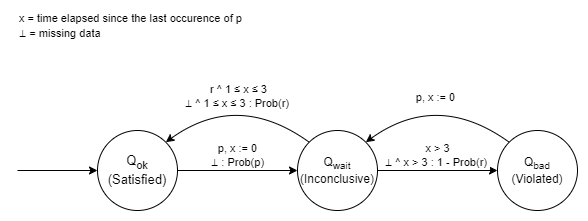
This is shared/src/automatons/properties/timed/probabilistic/ResponseOfRAfterPWithinThreeSecondsProbabilisticProperty.drawio.png from PaulVogel96/Probabilistic-Monitoring, a draw.io export, as it was before one commit. Source tidied: cells renumbered, new cells last; positions are measured from the earlier drawing's top-left corner, leaving out a move shared by most shapes.
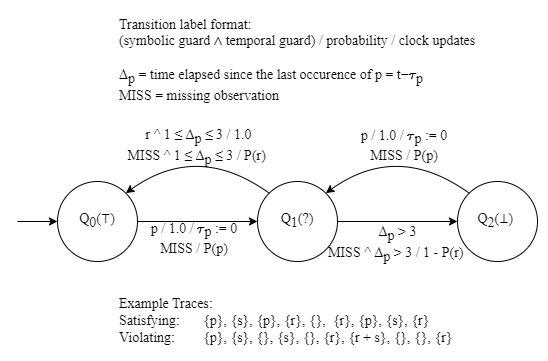
The same file after the commit.

The edit, as a diff of the source:
```diff
@@ -1,74 +1,73 @@
-<mxGraphModel>
+<mxGraphModel math="1">
   <root>
     <mxCell id="0" />
     <mxCell id="1" parent="0" />
-    <mxCell id="2" style="ellipse;whiteSpace=wrap;html=1;" parent="1" vertex="1">
+    <mxCell id="2" style="ellipse;whiteSpace=wrap;html=1;fontSize=14;fontFamily=Latin Modern Roman;" parent="1" vertex="1">
       <mxGeometry x="280" y="120" width="80" height="80" as="geometry" />
     </mxCell>
-    <mxCell id="3" value="&lt;div&gt;&lt;div&gt;Q&lt;sub&gt;wait&lt;/sub&gt;&lt;/div&gt;&lt;div&gt;(Inconclusive)&lt;/div&gt;&lt;/div&gt;" style="text;html=1;align=center;verticalAlign=middle;whiteSpace=wrap;rounded=0;" parent="1" vertex="1">
+    <mxCell id="3" value="&lt;div style=&quot;font-size: 14px;&quot;&gt;&lt;div style=&quot;font-size: 14px;&quot;&gt;Q&lt;sub style=&quot;font-size: 14px;&quot;&gt;1&lt;/sub&gt;(?)&lt;br&gt;&lt;/div&gt;&lt;/div&gt;" style="text;html=1;align=center;verticalAlign=middle;whiteSpace=wrap;rounded=0;fontSize=14;fontFamily=Latin Modern Roman;" parent="1" vertex="1">
       <mxGeometry x="280" y="145" width="80" height="30" as="geometry" />
     </mxCell>
-    <mxCell id="4" style="endArrow=classic;html=1;rounded=0;curved=1;exitX=1;exitY=0.5;exitDx=0;exitDy=0;entryX=0;entryY=0.5;entryDx=0;entryDy=0;" parent="1" edge="1" target="2">
+    <mxCell id="4" style="endArrow=classic;html=1;rounded=0;curved=1;exitX=1;exitY=0.5;exitDx=0;exitDy=0;entryX=0;entryY=0.5;entryDx=0;entryDy=0;fontSize=14;fontFamily=Latin Modern Roman;" parent="1" edge="1" target="2">
       <mxGeometry relative="1" as="geometry">
         <mxPoint x="160" y="160" as="sourcePoint" />
       </mxGeometry>
     </mxCell>
-    <mxCell id="5" value="p, x := 0&lt;div&gt;⊥ : Prob(p)&lt;br&gt;&lt;/div&gt;" style="edgeLabel;html=1;align=center;verticalAlign=middle;" parent="4" vertex="1">
-      <mxGeometry x="-0.19" relative="1" as="geometry">
-        <mxPoint x="11" y="-15" as="offset" />
-      </mxGeometry>
-    </mxCell>
-    <mxCell id="6" style="ellipse;whiteSpace=wrap;html=1;" parent="1" vertex="1">
+    <mxCell id="6" style="ellipse;whiteSpace=wrap;html=1;fontSize=14;fontFamily=Latin Modern Roman;" parent="1" vertex="1">
       <mxGeometry x="80" y="120" width="80" height="80" as="geometry" />
     </mxCell>
-    <mxCell id="7" value="&lt;div style=&quot;font-size: 13px;&quot;&gt;&lt;font style=&quot;font-size: 13px;&quot;&gt;Q&lt;sub style=&quot;&quot;&gt;ok&lt;/sub&gt;&lt;/font&gt;&lt;/div&gt;&lt;div style=&quot;font-size: 13px;&quot;&gt;&lt;font style=&quot;font-size: 13px;&quot;&gt;(Satisfied)&lt;/font&gt;&lt;/div&gt;" style="text;html=1;align=center;verticalAlign=middle;whiteSpace=wrap;rounded=0;" parent="1" vertex="1">
+    <mxCell id="7" value="&lt;div style=&quot;font-size: 14px;&quot;&gt;Q&lt;sub style=&quot;font-size: 14px;&quot;&gt;0&lt;/sub&gt;(⊤)&lt;br&gt;&lt;/div&gt;" style="text;html=1;align=center;verticalAlign=middle;whiteSpace=wrap;rounded=0;fontSize=14;fontFamily=Latin Modern Roman;" parent="1" vertex="1">
       <mxGeometry x="80" y="145" width="80" height="30" as="geometry" />
     </mxCell>
-    <mxCell id="8" style="ellipse;whiteSpace=wrap;html=1;" parent="1" vertex="1">
+    <mxCell id="8" style="ellipse;whiteSpace=wrap;html=1;fontSize=14;fontFamily=Latin Modern Roman;" parent="1" vertex="1">
       <mxGeometry x="480" y="120" width="80" height="80" as="geometry" />
     </mxCell>
-    <mxCell id="9" style="endArrow=classic;html=1;rounded=0;exitX=1;exitY=0.5;exitDx=0;exitDy=0;" parent="1" edge="1" source="2" target="8">
+    <mxCell id="9" style="endArrow=classic;html=1;rounded=0;exitX=1;exitY=0.5;exitDx=0;exitDy=0;fontSize=14;fontFamily=Latin Modern Roman;" parent="1" edge="1" source="2" target="8">
       <mxGeometry relative="1" as="geometry" />
     </mxCell>
-    <mxCell id="10" value="x &amp;gt; 3&lt;div&gt;⊥ ^ x &amp;gt; 3 : 1 - Prob(r)&amp;nbsp;&lt;br&gt;&lt;/div&gt;" style="edgeLabel;html=1;align=center;verticalAlign=middle;" parent="9" vertex="1">
+    <mxCell id="10" value="&lt;span style=&quot;text-align: left; text-wrap: wrap;&quot;&gt;Δ&lt;/span&gt;&lt;sub style=&quot;text-align: left; text-wrap: wrap; font-size: 14px;&quot;&gt;p&lt;/sub&gt;&amp;nbsp;&amp;gt; 3&lt;div style=&quot;font-size: 14px;&quot;&gt;MISS ^&amp;nbsp;&lt;span style=&quot;text-align: left; text-wrap: wrap;&quot;&gt;Δ&lt;/span&gt;&lt;sub style=&quot;text-align: left; text-wrap: wrap; font-size: 14px;&quot;&gt;p&lt;/sub&gt;&amp;nbsp;&amp;gt; 3 / 1 - P(r)&amp;nbsp;&lt;br style=&quot;font-size: 14px;&quot;&gt;&lt;/div&gt;" style="edgeLabel;html=1;align=center;verticalAlign=middle;fontSize=14;fontFamily=Latin Modern Roman;labelBackgroundColor=none;" parent="9" vertex="1">
       <mxGeometry x="-0.06" y="3" relative="1" as="geometry">
-        <mxPoint x="3" y="-12" as="offset" />
+        <mxPoint x="3" y="25" as="offset" />
       </mxGeometry>
     </mxCell>
-    <mxCell id="11" value="&lt;div&gt;&lt;div&gt;Q&lt;sub&gt;bad&lt;/sub&gt;&lt;/div&gt;&lt;div&gt;(Violated)&lt;/div&gt;&lt;/div&gt;" style="text;html=1;align=center;verticalAlign=middle;whiteSpace=wrap;rounded=0;" parent="1" vertex="1">
+    <mxCell id="11" value="&lt;div style=&quot;font-size: 14px;&quot;&gt;&lt;div style=&quot;font-size: 14px;&quot;&gt;Q&lt;sub style=&quot;font-size: 14px;&quot;&gt;2&lt;/sub&gt;(⊥)&lt;span style=&quot;background-color: initial;&quot;&gt;&amp;nbsp;&lt;/span&gt;&lt;br&gt;&lt;/div&gt;&lt;/div&gt;" style="text;html=1;align=center;verticalAlign=middle;whiteSpace=wrap;rounded=0;fontSize=14;fontFamily=Latin Modern Roman;" parent="1" vertex="1">
       <mxGeometry x="480" y="135" width="80" height="50" as="geometry" />
     </mxCell>
-    <mxCell id="12" style="endArrow=classic;html=1;rounded=0;entryX=0;entryY=0.5;entryDx=0;entryDy=0;" parent="1" edge="1" target="7">
+    <mxCell id="12" style="endArrow=classic;html=1;rounded=0;entryX=0;entryY=0.5;entryDx=0;entryDy=0;fontSize=14;fontFamily=Latin Modern Roman;" parent="1" edge="1" target="7">
       <mxGeometry relative="1" as="geometry">
-        <mxPoint y="160" as="sourcePoint" />
+        <mxPoint x="40" y="160" as="sourcePoint" />
       </mxGeometry>
     </mxCell>
-    <mxCell id="13" style="endArrow=classic;html=1;rounded=0;exitX=0;exitY=0;exitDx=0;exitDy=0;entryX=1;entryY=0;entryDx=0;entryDy=0;curved=1;" parent="1" edge="1" source="2" target="6">
+    <mxCell id="13" style="endArrow=classic;html=1;rounded=0;exitX=0;exitY=0;exitDx=0;exitDy=0;entryX=1;entryY=0;entryDx=0;entryDy=0;curved=1;fontSize=14;fontFamily=Latin Modern Roman;" parent="1" edge="1" source="2" target="6">
       <mxGeometry relative="1" as="geometry">
         <Array as="points">
           <mxPoint x="220" y="80" />
         </Array>
       </mxGeometry>
     </mxCell>
-    <mxCell id="14" value="r ^&amp;nbsp;1 ≤ x ≤ 3&lt;div&gt;⊥ ^ 1 ≤ x ≤ 3 : Prob(r)&amp;nbsp;&lt;/div&gt;" style="edgeLabel;html=1;align=center;verticalAlign=middle;" parent="13" vertex="1">
+    <mxCell id="14" value="r ^&amp;nbsp;1 ≤&amp;nbsp;&lt;span style=&quot;text-align: left; text-wrap: wrap;&quot;&gt;Δ&lt;/span&gt;&lt;sub style=&quot;text-align: left; text-wrap: wrap; font-size: 14px;&quot;&gt;p&lt;/sub&gt;&amp;nbsp;≤ 3 / 1.0&lt;div style=&quot;font-size: 14px;&quot;&gt;MISS ^ 1 ≤&amp;nbsp;&lt;span style=&quot;text-align: left; text-wrap: wrap;&quot;&gt;Δ&lt;/span&gt;&lt;sub style=&quot;text-align: left; text-wrap: wrap; font-size: 14px;&quot;&gt;p&lt;/sub&gt;&amp;nbsp;≤ 3 / P(r)&amp;nbsp;&lt;/div&gt;" style="edgeLabel;html=1;align=center;verticalAlign=middle;fontSize=14;fontFamily=Latin Modern Roman;labelBackgroundColor=none;" parent="13" vertex="1">
       <mxGeometry x="-0.16" y="19" relative="1" as="geometry">
         <mxPoint y="-18" as="offset" />
       </mxGeometry>
     </mxCell>
-    <mxCell id="15" style="endArrow=classic;html=1;rounded=0;exitX=0;exitY=0;exitDx=0;exitDy=0;entryX=1;entryY=0;entryDx=0;entryDy=0;curved=1;" parent="1" edge="1" source="8" target="2">
+    <mxCell id="15" style="endArrow=classic;html=1;rounded=0;exitX=0;exitY=0;exitDx=0;exitDy=0;entryX=1;entryY=0;entryDx=0;entryDy=0;curved=1;fontSize=14;fontFamily=Latin Modern Roman;" parent="1" edge="1" source="8" target="2">
       <mxGeometry relative="1" as="geometry">
         <Array as="points">
           <mxPoint x="420" y="80" />
         </Array>
       </mxGeometry>
     </mxCell>
-    <mxCell id="16" value="p, x := 0" style="edgeLabel;html=1;align=center;verticalAlign=middle;" parent="15" vertex="1">
-      <mxGeometry x="0.17" y="18" relative="1" as="geometry">
-        <mxPoint y="-17" as="offset" />
-      </mxGeometry>
-    </mxCell>
-    <mxCell id="17" value="&lt;div&gt;&lt;span style=&quot;font-size: 11px; text-align: center; text-wrap: nowrap; background-color: rgb(255, 255, 255);&quot;&gt;x = time elapsed since the last occurence of p&lt;/span&gt;&lt;/div&gt;&lt;span style=&quot;font-size: 11px; text-align: center; text-wrap: nowrap; background-color: rgb(255, 255, 255);&quot;&gt;⊥ = missing data&lt;/span&gt;" style="text;html=1;align=left;verticalAlign=middle;whiteSpace=wrap;rounded=0;" parent="1" vertex="1">
-      <mxGeometry width="150" height="30" as="geometry" />
-    </mxCell>
+    <mxCell id="18" value="&lt;div&gt;&lt;div class=&quot;cm-line&quot;&gt;Transition label format:&lt;/div&gt;&lt;div class=&quot;cm-line&quot;&gt;&lt;span style=&quot;background-color: initial;&quot;&gt;(symbolic guard ∧ temporal guard) / probability / clock updates&lt;/span&gt;&lt;/div&gt;&lt;/div&gt;&lt;div class=&quot;cm-line&quot;&gt;&lt;span style=&quot;background-color: initial;&quot;&gt;&lt;br&gt;&lt;/span&gt;&lt;/div&gt;Δ&lt;sub style=&quot;font-size: 14px;&quot;&gt;p&lt;/sub&gt; = time elapsed since the last occurence of p = t−&lt;font style=&quot;font-size: 14px;&quot;&gt;\(\tau\)&lt;/font&gt;&lt;sub style=&quot;font-size: 14px;&quot;&gt;p&lt;/sub&gt;&lt;div style=&quot;font-size: 14px;&quot;&gt;&lt;span style=&quot;background-color: initial; font-size: 14px;&quot;&gt;MISS = missing observation&lt;/span&gt;&lt;/div&gt;" style="text;html=1;align=left;verticalAlign=middle;whiteSpace=wrap;rounded=0;fontSize=14;fontFamily=Latin Modern Roman;textShadow=0;spacingLeft=0;" parent="1" vertex="1">
+      <mxGeometry x="139.5" y="-51" width="361" height="100" as="geometry" />
+    </mxCell>
+    <mxCell id="19" value="&lt;span style=&quot;font-family: &amp;quot;Latin Modern Roman&amp;quot;; font-size: 14px; text-wrap: nowrap;&quot;&gt;p / 1.0 /&amp;nbsp;&lt;/span&gt;&lt;font style=&quot;font-family: &amp;quot;Latin Modern Roman&amp;quot;; font-size: 14px; text-align: left;&quot;&gt;\(\tau\)&lt;/font&gt;&lt;sub style=&quot;font-family: &amp;quot;Latin Modern Roman&amp;quot;; text-align: left; font-size: 14px;&quot;&gt;p&lt;/sub&gt;&lt;span style=&quot;font-family: &amp;quot;Latin Modern Roman&amp;quot;; font-size: 14px; text-wrap: nowrap;&quot;&gt;&amp;nbsp;:= 0&lt;/span&gt;&lt;div&gt;&lt;span style=&quot;font-family: &amp;quot;Latin Modern Roman&amp;quot;; font-size: 14px; text-wrap: nowrap;&quot;&gt;MISS / P(p)&lt;/span&gt;&lt;span style=&quot;font-family: &amp;quot;Latin Modern Roman&amp;quot;; font-size: 14px; text-wrap: nowrap;&quot;&gt;&lt;br&gt;&lt;/span&gt;&lt;/div&gt;" style="text;html=1;align=center;verticalAlign=middle;whiteSpace=wrap;rounded=0;" parent="1" vertex="1">
+      <mxGeometry x="374" y="70" width="106" height="30" as="geometry" />
+    </mxCell>
+    <mxCell id="20" value="&lt;span style=&quot;font-family: &amp;quot;Latin Modern Roman&amp;quot;; font-size: 14px; text-wrap: nowrap;&quot;&gt;p / 1.0 /&amp;nbsp;&lt;/span&gt;&lt;font style=&quot;font-family: &amp;quot;Latin Modern Roman&amp;quot;; font-size: 14px; text-align: left;&quot;&gt;\(\tau\)&lt;/font&gt;&lt;sub style=&quot;font-family: &amp;quot;Latin Modern Roman&amp;quot;; text-align: left; font-size: 14px;&quot;&gt;p&lt;/sub&gt;&lt;span style=&quot;font-family: &amp;quot;Latin Modern Roman&amp;quot;; font-size: 14px; text-wrap: nowrap;&quot;&gt;&amp;nbsp;:= 0&lt;/span&gt;&lt;div&gt;&lt;span style=&quot;font-family: &amp;quot;Latin Modern Roman&amp;quot;; font-size: 14px; text-wrap: nowrap;&quot;&gt;MISS / P(p)&lt;/span&gt;&lt;span style=&quot;font-family: &amp;quot;Latin Modern Roman&amp;quot;; font-size: 14px; text-wrap: nowrap;&quot;&gt;&lt;br&gt;&lt;/span&gt;&lt;/div&gt;" style="text;html=1;align=center;verticalAlign=middle;whiteSpace=wrap;rounded=0;" parent="1" vertex="1">
+      <mxGeometry x="164" y="163" width="106" height="30" as="geometry" />
+    </mxCell>
+    <mxCell id="21" value="&lt;font style=&quot;font-size: 14px;&quot;&gt;Example Traces:&lt;/font&gt;&lt;div style=&quot;font-size: 14px;&quot;&gt;&lt;font style=&quot;font-size: 14px;&quot;&gt;Satisfying:&amp;nbsp;&lt;span style=&quot;white-space: pre; font-size: 14px;&quot;&gt;&#9;&lt;/span&gt;{p},&amp;nbsp;&lt;/font&gt;&lt;span style=&quot;font-size: 14px; background-color: initial;&quot;&gt;{s},&amp;nbsp;&lt;/span&gt;&lt;span style=&quot;font-size: 14px; background-color: initial;&quot;&gt;{p},&amp;nbsp;&lt;/span&gt;&lt;span style=&quot;font-size: 14px; background-color: initial;&quot;&gt;{r},&amp;nbsp;&lt;/span&gt;&lt;span style=&quot;font-size: 14px; background-color: initial;&quot;&gt;{},&amp;nbsp;&amp;nbsp;&lt;/span&gt;&lt;span style=&quot;font-size: 14px; background-color: initial;&quot;&gt;{r},&amp;nbsp;&lt;/span&gt;&lt;span style=&quot;font-size: 14px; background-color: initial;&quot;&gt;{p},&lt;/span&gt;&lt;span style=&quot;background-color: initial; font-size: 14px;&quot;&gt;&amp;nbsp;{s}, {r}&lt;/span&gt;&lt;/div&gt;&lt;div style=&quot;font-size: 14px;&quot;&gt;&lt;span style=&quot;background-color: initial; font-size: 14px;&quot;&gt;Violating:&amp;nbsp;&lt;span style=&quot;white-space: pre; font-size: 14px;&quot;&gt;&#9;&lt;/span&gt;{p}, {s}, {}, {s}, {}, {r}, {r + s}, {}, {}, {r}&lt;/span&gt;&lt;/div&gt;" style="text;html=1;align=left;verticalAlign=middle;whiteSpace=wrap;rounded=0;fontSize=14;fontFamily=Latin Modern Roman;" parent="1" vertex="1">
+      <mxGeometry x="139.5" y="230" width="387" height="60" as="geometry" />
+    </mxCell>
   </root>
 </mxGraphModel>
```
